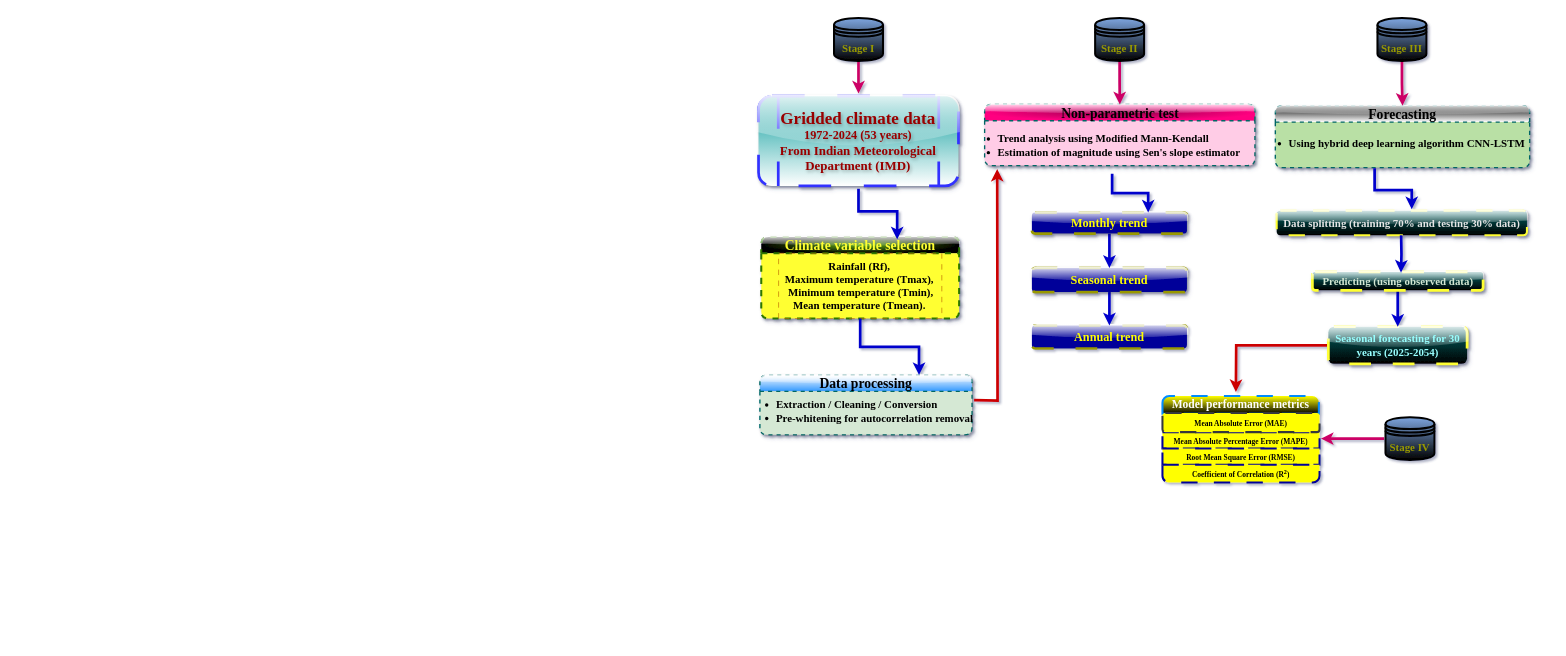
Earlier version of the draw.io diagram Untitled Diagram.drawio (Daawarb/Daawarb). Source tidied: cells renumbered, new cells numbered last; positions are measured from the earlier drawing's top-left corner, leaving out a move shared by most shapes. Both pictures are drawn from the tidied source at 68%, with x=0, y=0 at pixel (747, 18).
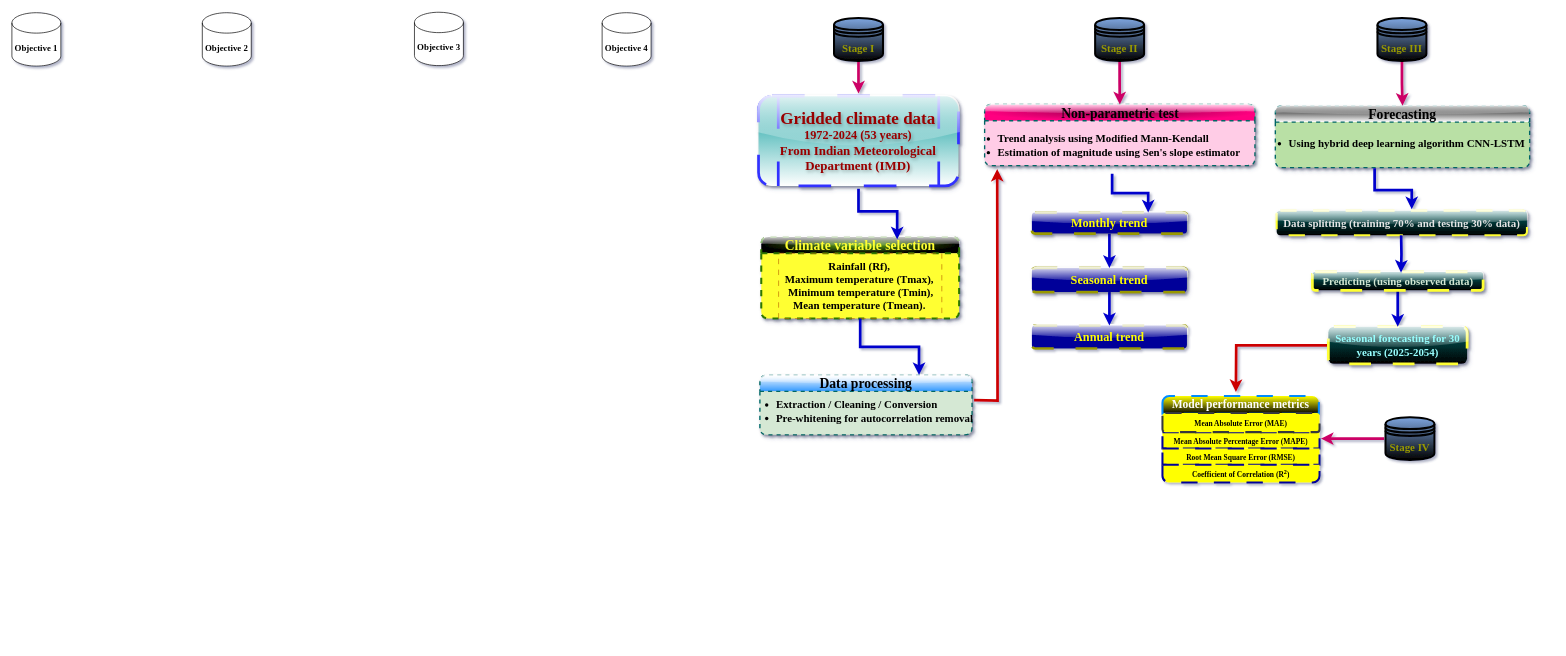
The same page after the edit.

Change to the diagram source:
```diff
@@
+    <mxCell id="50" value="&lt;font style=&quot;font-size: 13px;&quot; face=&quot;Times New Roman&quot;&gt;&lt;b&gt;Objective 1&lt;/b&gt;&lt;/font&gt;" style="shape=cylinder3;whiteSpace=wrap;html=1;boundedLbl=1;backgroundOutline=1;size=15;" parent="1" vertex="1">
+      <mxGeometry x="-1082" y="-7.8" width="72" height="78.5" as="geometry" />
+    </mxCell>
+    <mxCell id="51" value="&lt;font style=&quot;font-size: 13px;&quot; face=&quot;Times New Roman&quot;&gt;&lt;b&gt;Objective 2&lt;/b&gt;&lt;/font&gt;" style="shape=cylinder3;whiteSpace=wrap;html=1;boundedLbl=1;backgroundOutline=1;size=15;" parent="1" vertex="1">
+      <mxGeometry x="-802" y="-7.8" width="72" height="78.5" as="geometry" />
+    </mxCell>
+    <mxCell id="52" value="&lt;font style=&quot;font-size: 13px;&quot; face=&quot;Times New Roman&quot;&gt;&lt;b&gt;Objective 3&lt;/b&gt;&lt;/font&gt;" style="shape=cylinder3;whiteSpace=wrap;html=1;boundedLbl=1;backgroundOutline=1;size=15;" parent="1" vertex="1">
+      <mxGeometry x="-490" y="-8.5" width="72" height="78.5" as="geometry" />
+    </mxCell>
+    <mxCell id="53" value="&lt;font style=&quot;font-size: 13px;&quot; face=&quot;Times New Roman&quot;&gt;&lt;b style=&quot;&quot;&gt;Objective 4&lt;/b&gt;&lt;/font&gt;" style="shape=cylinder3;whiteSpace=wrap;html=1;boundedLbl=1;backgroundOutline=1;size=15;" parent="1" vertex="1">
+      <mxGeometry x="-214" y="-7.8" width="72" height="78.5" as="geometry" />
+    </mxCell>
```
